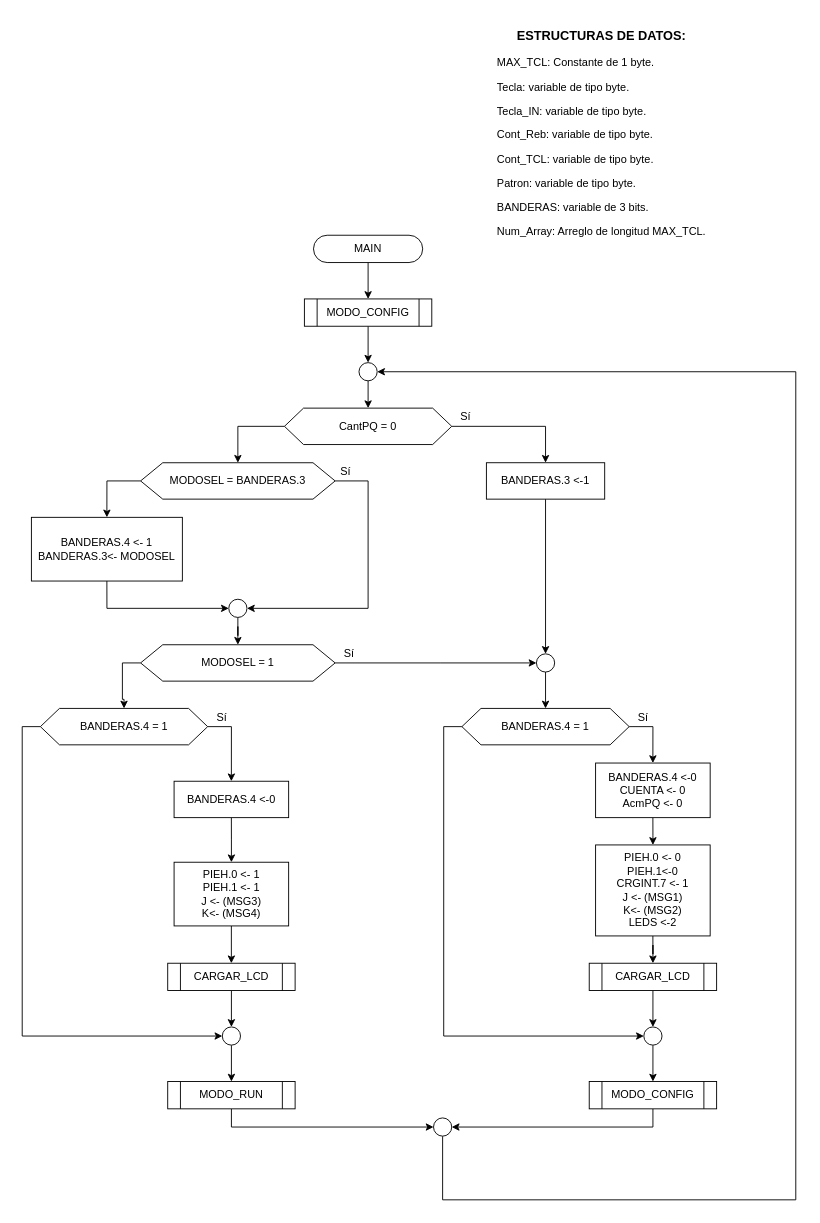
Earlier version of the draw.io diagram Tareas/T5/diagramas/drawio/main.drawio (moisotico/Microprocesadores). Source tidied: cells renumbered, new cells numbered last; positions are measured from the earlier drawing's top-left corner, leaving out a move shared by most shapes. Both pictures are drawn from the tidied source at 91%, with x=0, y=0 at pixel (31, 25).
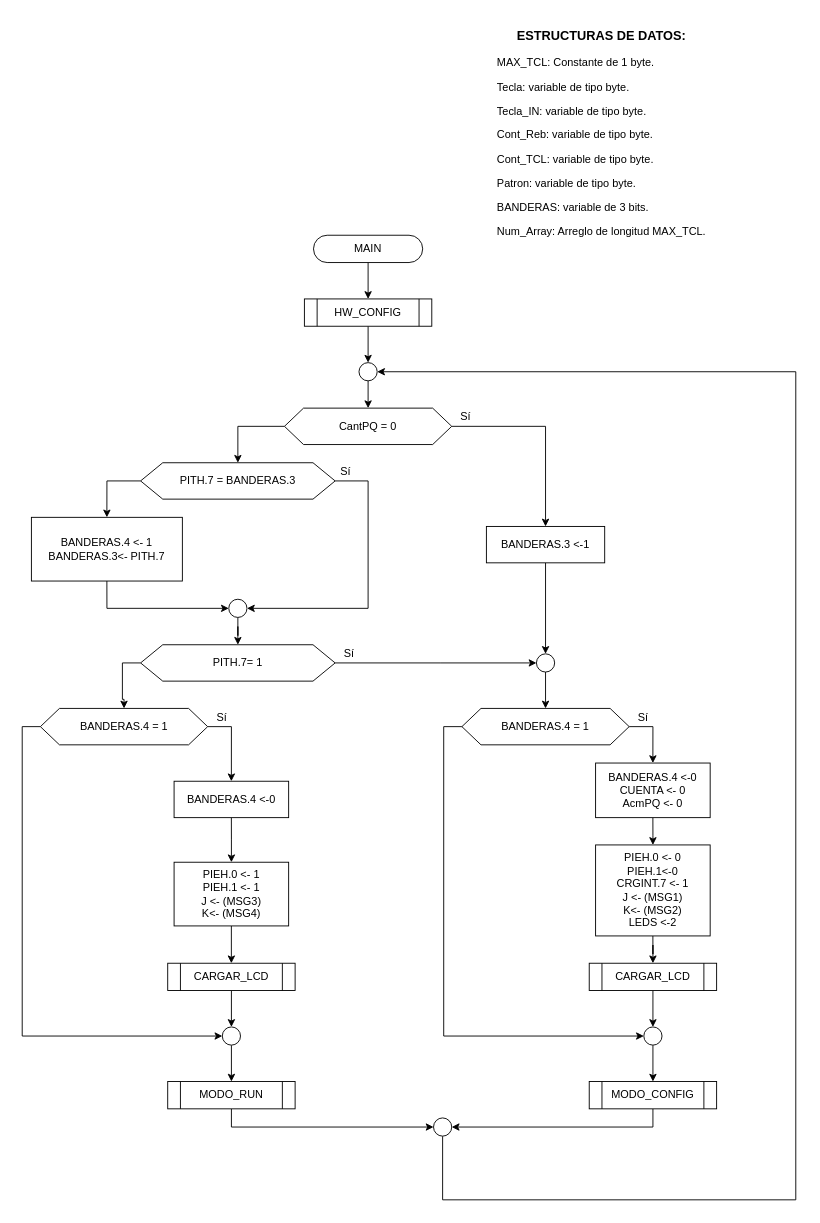
After the change.

The change refers to these unchanged cells:
```xml
<mxCell id="7" value="CantPQ = 0" style="shape=hexagon;perimeter=hexagonPerimeter2;whiteSpace=wrap;html=1;size=0.11394117647058827;" parent="1" vertex="1">
  <mxGeometry x="278.1" y="420" width="183.8" height="40" as="geometry" />
</mxCell>
<mxCell id="9" style="ellipse;whiteSpace=wrap;html=1;" parent="1" vertex="1">
  <mxGeometry x="360" y="370" width="20" height="20" as="geometry" />
</mxCell>
```

Change to the diagram source:
```diff
@@
-    <mxCell id="8" style="edgeStyle=orthogonalEdgeStyle;rounded=0;jettySize=auto;html=1;exitX=0.5;exitY=1;exitDx=0;exitDy=0;entryX=0.5;entryY=0;entryDx=0;entryDy=0;" parent="1" edge="1" source="9" target="7">
-      <mxGeometry relative="1" as="geometry" />
+    <mxCell id="8" style="edgeStyle=orthogonalEdgeStyle;rounded=0;orthogonalLoop=1;jettySize=auto;html=1;exitX=0.5;exitY=1;exitDx=0;exitDy=0;entryX=0.5;entryY=0;entryDx=0;entryDy=0;" parent="1" edge="1">
+      <mxGeometry relative="1" as="geometry">
+        <mxPoint x="370" y="390" as="sourcePoint" />
+        <mxPoint x="370" y="420" as="targetPoint" />
+      </mxGeometry>
     </mxCell>
@@
     <mxCell id="12" value="BANDERAS.3 &amp;lt;-1" style="rounded=0;whiteSpace=wrap;html=1;" parent="1" vertex="1">
-      <mxGeometry x="500" y="480" width="130" height="40" as="geometry" />
+      <mxGeometry x="500" y="550" width="130" height="40" as="geometry" />
     </mxCell>
@@
-    <mxCell id="34" value="MODOSEL = BANDERAS.3" style="shape=hexagon;perimeter=hexagonPerimeter2;whiteSpace=wrap;html=1;size=0.11394117647058827;" parent="1" vertex="1">
+    <mxCell id="34" value="PITH.7 = BANDERAS.3" style="shape=hexagon;perimeter=hexagonPerimeter2;whiteSpace=wrap;html=1;size=0.11394117647058827;" parent="1" vertex="1">
       <mxGeometry x="120" y="480" width="213.8" height="40" as="geometry" />
     </mxCell>
@@
-    <mxCell id="39" value="&lt;span&gt;BANDERAS.4 &amp;lt;- 1&lt;br&gt;&lt;/span&gt;BANDERAS.3&amp;lt;- MODOSEL" style="rounded=0;whiteSpace=wrap;html=1;" parent="1" vertex="1">
+    <mxCell id="39" value="&lt;span&gt;BANDERAS.4 &amp;lt;- 1&lt;br&gt;&lt;/span&gt;BANDERAS.3&amp;lt;- PITH.7" style="rounded=0;whiteSpace=wrap;html=1;" parent="1" vertex="1">
       <mxGeometry y="540" width="165.9" height="70" as="geometry" />
     </mxCell>
@@
-    <mxCell id="43" value="MODOSEL = 1" style="shape=hexagon;perimeter=hexagonPerimeter2;whiteSpace=wrap;html=1;size=0.11394117647058827;" parent="1" vertex="1">
+    <mxCell id="43" value="PITH.7= 1" style="shape=hexagon;perimeter=hexagonPerimeter2;whiteSpace=wrap;html=1;size=0.11394117647058827;" parent="1" vertex="1">
       <mxGeometry x="120" y="680" width="213.8" height="40" as="geometry" />
     </mxCell>
@@
-    <mxCell id="58" value="MODO_CONFIG" style="shape=process;whiteSpace=wrap;html=1;backgroundOutline=1;" parent="1" vertex="1">
+    <mxCell id="58" value="HW_CONFIG" style="shape=process;whiteSpace=wrap;html=1;backgroundOutline=1;" parent="1" vertex="1">
       <mxGeometry x="300" y="300" width="140" height="30" as="geometry" />
     </mxCell>
```
